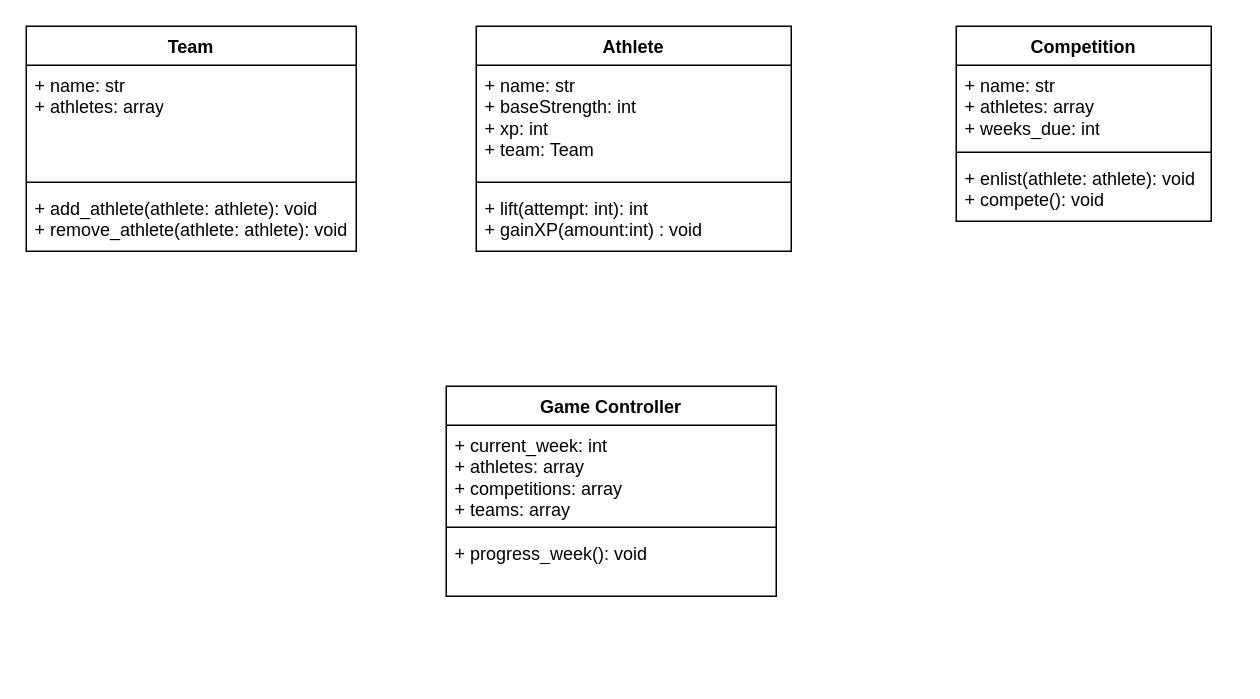
The draw.io diagram UML.drawio in co90bymo/powerlifting-manager, before the edit. Source tidied: cells renumbered, new cells numbered last; positions are measured from the earlier drawing's top-left corner, leaving out a move shared by most shapes. Both pictures are drawn from the tidied source at 150%, with x=0, y=0 at pixel (26, 26).
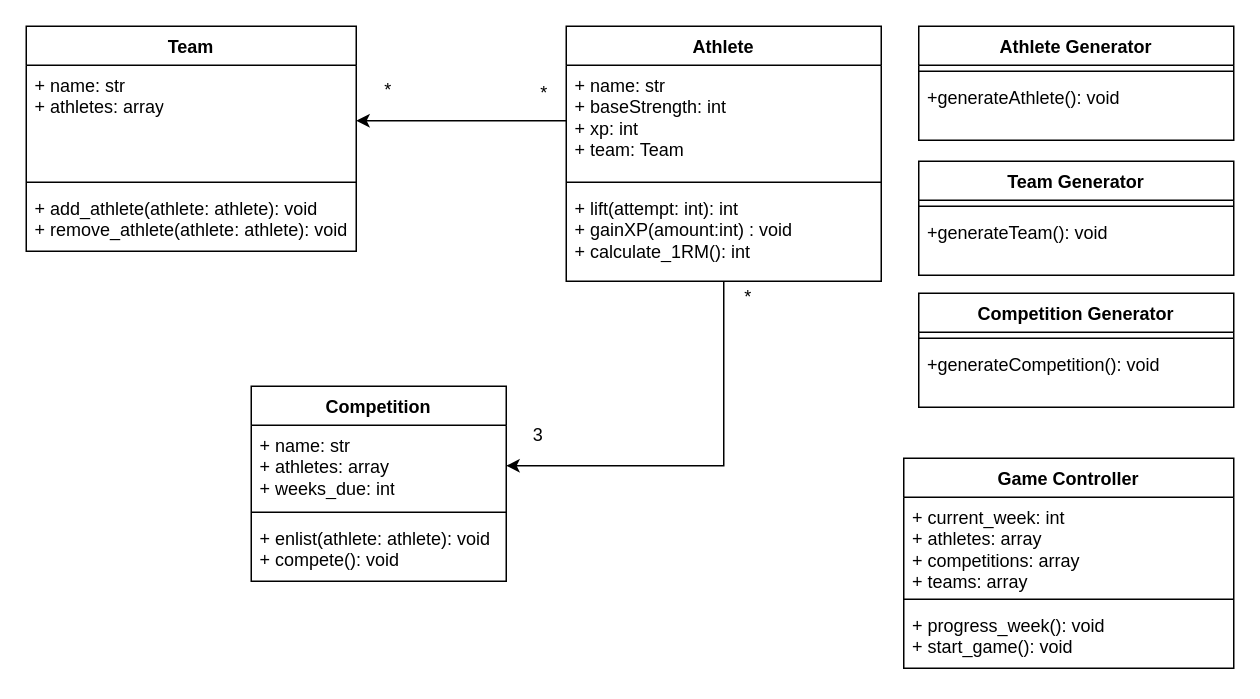
After the change.

Unchanged cells that the change refers to:
```xml
<mxCell id="3" value="&lt;div&gt;+ name: str&lt;/div&gt;&lt;div&gt;+ baseStrength: int&lt;/div&gt;&lt;div&gt;+ xp: int&lt;/div&gt;&lt;div&gt;+ team: Team&lt;/div&gt;&lt;div&gt;&lt;br&gt;&lt;/div&gt;" style="text;strokeColor=none;fillColor=none;align=left;verticalAlign=top;spacingLeft=4;spacingRight=4;overflow=hidden;points=[[0,0.5],[1,0.5]];portConstraint=eastwest;whiteSpace=wrap;html=1;" parent="2" vertex="1">
  <mxGeometry y="26" width="210" height="74" as="geometry" />
</mxCell>
<mxCell id="7" value="&lt;div&gt;+ name: str&lt;/div&gt;&lt;div&gt;+ athletes: array&lt;/div&gt;&lt;div&gt;+ weeks_due: int&lt;/div&gt;" style="text;strokeColor=none;fillColor=none;align=left;verticalAlign=top;spacingLeft=4;spacingRight=4;overflow=hidden;points=[[0,0.5],[1,0.5]];portConstraint=eastwest;whiteSpace=wrap;html=1;" parent="6" vertex="1">
  <mxGeometry y="26" width="170" height="54" as="geometry" />
</mxCell>
<mxCell id="15" value="&lt;div&gt;+ name: str&lt;/div&gt;&lt;div&gt;+ athletes: array&lt;/div&gt;&lt;div&gt;&lt;br&gt;&lt;/div&gt;" style="text;strokeColor=none;fillColor=none;align=left;verticalAlign=top;spacingLeft=4;spacingRight=4;overflow=hidden;points=[[0,0.5],[1,0.5]];portConstraint=eastwest;whiteSpace=wrap;html=1;" parent="14" vertex="1">
  <mxGeometry y="26" width="220" height="74" as="geometry" />
</mxCell>
```

The edit, as a diff of the source:
```diff
@@
+    <mxCell id="18" style="edgeStyle=orthogonalEdgeStyle;rounded=0;jettySize=auto;html=1;" parent="1" edge="1" source="2" target="7">
+      <mxGeometry relative="1" as="geometry" />
+    </mxCell>
     <mxCell id="2" value="Athlete" style="swimlane;fontStyle=1;align=center;verticalAlign=top;horizontal=1;startSize=26;whiteSpace=wrap;html=1;" parent="1" vertex="1">
-      <mxGeometry x="300" width="210" height="150" as="geometry" />
+      <mxGeometry x="360" width="210" height="170" as="geometry" />
     </mxCell>
@@
-    <mxCell id="5" value="&lt;div&gt;+ lift(attempt: int): int&lt;/div&gt;&lt;div&gt;+ gainXP(amount:int) : void&lt;/div&gt;" style="text;strokeColor=none;fillColor=none;align=left;verticalAlign=top;spacingLeft=4;spacingRight=4;overflow=hidden;whiteSpace=wrap;html=1;" parent="2" vertex="1">
-      <mxGeometry y="108" width="210" height="42" as="geometry" />
+    <mxCell id="5" value="&lt;div&gt;+ lift(attempt: int): int&lt;/div&gt;&lt;div&gt;+ gainXP(amount:int) : void&lt;/div&gt;&lt;div&gt;+ calculate_1RM(): int&lt;/div&gt;" style="text;strokeColor=none;fillColor=none;align=left;verticalAlign=top;spacingLeft=4;spacingRight=4;overflow=hidden;whiteSpace=wrap;html=1;" parent="2" vertex="1">
+      <mxGeometry y="108" width="210" height="62" as="geometry" />
     </mxCell>
     <mxCell id="6" value="Competition" style="swimlane;fontStyle=1;align=center;verticalAlign=top;horizontal=1;startSize=26;whiteSpace=wrap;html=1;" parent="1" vertex="1">
-      <mxGeometry x="620" width="170" height="130" as="geometry" />
+      <mxGeometry x="150" y="240" width="170" height="130" as="geometry" />
     </mxCell>
@@
     <mxCell id="10" value="Game Controller" style="swimlane;fontStyle=1;align=center;verticalAlign=top;horizontal=1;startSize=26;whiteSpace=wrap;html=1;" parent="1" vertex="1">
-      <mxGeometry x="280" y="240" width="220" height="140" as="geometry" />
+      <mxGeometry x="585" y="288" width="220" height="140" as="geometry" />
     </mxCell>
@@
-    <mxCell id="13" value="&lt;div&gt;+ progress_week(): void&lt;/div&gt;" style="text;strokeColor=none;fillColor=none;align=left;verticalAlign=top;spacingLeft=4;spacingRight=4;overflow=hidden;whiteSpace=wrap;html=1;" parent="10" vertex="1">
+    <mxCell id="13" value="&lt;div&gt;+ progress_week(): void&lt;/div&gt;&lt;div&gt;+ start_game(): void&lt;/div&gt;" style="text;strokeColor=none;fillColor=none;align=left;verticalAlign=top;spacingLeft=4;spacingRight=4;overflow=hidden;whiteSpace=wrap;html=1;" parent="10" vertex="1">
       <mxGeometry y="98" width="220" height="42" as="geometry" />
     </mxCell>
@@
+    <mxCell id="19" style="edgeStyle=orthogonalEdgeStyle;rounded=0;jettySize=auto;html=1;" parent="1" edge="1" source="3" target="15">
+      <mxGeometry relative="1" as="geometry" />
+    </mxCell>
+    <mxCell id="20" value="*" style="text;html=1;align=center;verticalAlign=middle;strokeColor=none;fillColor=none;" parent="1" vertex="1">
+      <mxGeometry x="466" y="166" width="30" height="30" as="geometry" />
+    </mxCell>
+    <mxCell id="21" value="3" style="text;html=1;align=center;verticalAlign=middle;strokeColor=none;fillColor=none;" parent="1" vertex="1">
+      <mxGeometry x="326" y="258" width="30" height="30" as="geometry" />
+    </mxCell>
+    <mxCell id="22" value="*" style="text;html=1;align=center;verticalAlign=middle;strokeColor=none;fillColor=none;" parent="1" vertex="1">
+      <mxGeometry x="330" y="30" width="30" height="30" as="geometry" />
+    </mxCell>
+    <mxCell id="23" value="*" style="text;html=1;align=center;verticalAlign=middle;strokeColor=none;fillColor=none;" parent="1" vertex="1">
+      <mxGeometry x="226" y="28" width="30" height="30" as="geometry" />
+    </mxCell>
+    <mxCell id="24" value="Athlete Generator" style="swimlane;fontStyle=1;align=center;verticalAlign=top;horizontal=1;startSize=26;whiteSpace=wrap;html=1;" parent="1" vertex="1">
+      <mxGeometry x="595" width="210" height="76" as="geometry" />
+    </mxCell>
+    <mxCell id="25" style="line;strokeWidth=1;fillColor=none;align=left;verticalAlign=middle;spacingTop=-1;spacingLeft=3;spacingRight=3;labelPosition=right;strokeColor=inherit;" parent="24" vertex="1">
+      <mxGeometry y="26" width="210" height="8" as="geometry" />
+    </mxCell>
+    <mxCell id="26" value="+generateAthlete(): void" style="text;strokeColor=none;fillColor=none;align=left;verticalAlign=top;spacingLeft=4;spacingRight=4;overflow=hidden;whiteSpace=wrap;html=1;" parent="24" vertex="1">
+      <mxGeometry y="34" width="210" height="42" as="geometry" />
+    </mxCell>
+    <mxCell id="27" value="Team Generator" style="swimlane;fontStyle=1;align=center;verticalAlign=top;horizontal=1;startSize=26;whiteSpace=wrap;html=1;" parent="1" vertex="1">
+      <mxGeometry x="595" y="90" width="210" height="76" as="geometry" />
+    </mxCell>
+    <mxCell id="28" style="line;strokeWidth=1;fillColor=none;align=left;verticalAlign=middle;spacingTop=-1;spacingLeft=3;spacingRight=3;labelPosition=right;strokeColor=inherit;" parent="27" vertex="1">
+      <mxGeometry y="26" width="210" height="8" as="geometry" />
+    </mxCell>
+    <mxCell id="29" value="+generateTeam(): void" style="text;strokeColor=none;fillColor=none;align=left;verticalAlign=top;spacingLeft=4;spacingRight=4;overflow=hidden;whiteSpace=wrap;html=1;" parent="27" vertex="1">
+      <mxGeometry y="34" width="210" height="42" as="geometry" />
+    </mxCell>
+    <mxCell id="30" value="Competition Generator" style="swimlane;fontStyle=1;align=center;verticalAlign=top;horizontal=1;startSize=26;whiteSpace=wrap;html=1;" parent="1" vertex="1">
+      <mxGeometry x="595" y="178" width="210" height="76" as="geometry" />
+    </mxCell>
+    <mxCell id="31" style="line;strokeWidth=1;fillColor=none;align=left;verticalAlign=middle;spacingTop=-1;spacingLeft=3;spacingRight=3;labelPosition=right;strokeColor=inherit;" parent="30" vertex="1">
+      <mxGeometry y="26" width="210" height="8" as="geometry" />
+    </mxCell>
+    <mxCell id="32" value="+generateCompetition(): void" style="text;strokeColor=none;fillColor=none;align=left;verticalAlign=top;spacingLeft=4;spacingRight=4;overflow=hidden;whiteSpace=wrap;html=1;" parent="30" vertex="1">
+      <mxGeometry y="34" width="210" height="42" as="geometry" />
+    </mxCell>
```
